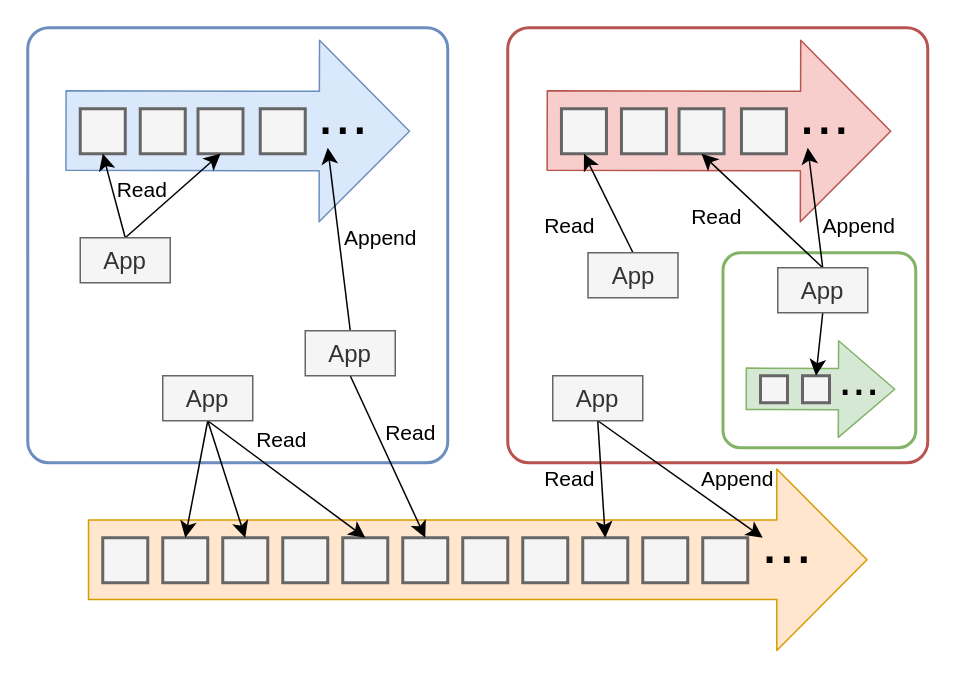
nathanieltornow/PMLog keeps this draw.io diagram as docs/Abstraction.drawio. Above is the earlier version. Source tidied: cells renumbered, new cells numbered last; positions are measured from the earlier drawing's top-left corner, leaving out a move shared by most shapes. Both pictures are drawn from the tidied source at 150%, with x=0, y=0 at pixel (27, 27).
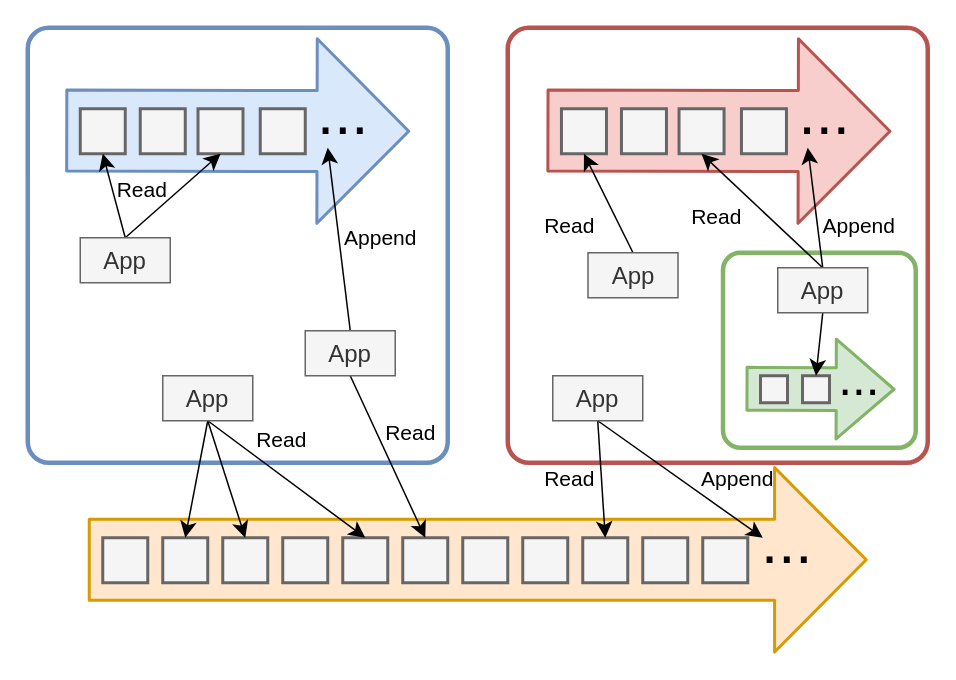
The same page after the edit.

The edit, as a diff of the source:
```diff
@@
-    <mxCell id="2" style="rounded=1;whiteSpace=wrap;html=1;hachureGap=4;strokeWidth=2;fillColor=none;strokeColor=#6c8ebf;arcSize=5;" parent="1" vertex="1">
+    <mxCell id="2" style="rounded=1;whiteSpace=wrap;html=1;hachureGap=4;strokeWidth=3;fillColor=none;strokeColor=#6c8ebf;arcSize=5;" parent="1" vertex="1">
       <mxGeometry width="280" height="290" as="geometry" />
     </mxCell>
-    <mxCell id="3" style="shape=flexArrow;endArrow=classic;html=1;startSize=14;endSize=19.71;sourcePerimeterSpacing=8;targetPerimeterSpacing=8;endWidth=67;width=53;fillColor=#dae8fc;strokeColor=#6c8ebf;" parent="1" edge="1">
+    <mxCell id="3" style="shape=flexArrow;endArrow=classic;html=1;startSize=14;endSize=19.71;sourcePerimeterSpacing=8;targetPerimeterSpacing=8;endWidth=67;width=53;fillColor=#dae8fc;strokeColor=#6c8ebf;strokeWidth=2;" parent="1" edge="1">
       <mxGeometry relative="1" as="geometry">
         <mxPoint x="25" y="68.5" as="sourcePoint" />
         <mxPoint x="255" y="69" as="targetPoint" />
       </mxGeometry>
     </mxCell>
@@
-    <mxCell id="12" style="shape=flexArrow;endArrow=classic;html=1;startSize=14;endSize=19.71;sourcePerimeterSpacing=8;targetPerimeterSpacing=8;endWidth=67;width=53;fillColor=#f8cecc;strokeColor=#b85450;" parent="1" edge="1">
+    <mxCell id="12" style="shape=flexArrow;endArrow=classic;html=1;startSize=14;endSize=19.71;sourcePerimeterSpacing=8;targetPerimeterSpacing=8;endWidth=67;width=53;fillColor=#f8cecc;strokeColor=#b85450;strokeWidth=2;" parent="1" edge="1">
       <mxGeometry relative="1" as="geometry">
         <mxPoint x="345.8" y="68.5" as="sourcePoint" />
         <mxPoint x="575.8" y="69" as="targetPoint" />
       </mxGeometry>
     </mxCell>
@@
-    <mxCell id="18" style="rounded=1;whiteSpace=wrap;html=1;hachureGap=4;strokeWidth=2;fillColor=none;strokeColor=#b85450;arcSize=5;" parent="1" vertex="1">
+    <mxCell id="18" style="rounded=1;whiteSpace=wrap;html=1;hachureGap=4;strokeWidth=3;fillColor=none;strokeColor=#b85450;arcSize=5;" parent="1" vertex="1">
       <mxGeometry x="320" width="280" height="290" as="geometry" />
     </mxCell>
-    <mxCell id="19" style="shape=flexArrow;endArrow=classic;html=1;startSize=14;endSize=19.71;sourcePerimeterSpacing=8;targetPerimeterSpacing=8;endWidth=67;width=53;fillColor=#ffe6cc;strokeColor=#d79b00;" parent="1" edge="1">
+    <mxCell id="19" style="shape=flexArrow;endArrow=classic;html=1;startSize=14;endSize=19.71;sourcePerimeterSpacing=8;targetPerimeterSpacing=8;endWidth=67;width=53;fillColor=#ffe6cc;strokeColor=#d79b00;strokeWidth=2;" parent="1" edge="1">
       <mxGeometry relative="1" as="geometry">
         <mxPoint x="40" y="354.7" as="sourcePoint" />
         <mxPoint x="560" y="354.7" as="targetPoint" />
       </mxGeometry>
     </mxCell>
@@
-    <mxCell id="28" style="rounded=1;whiteSpace=wrap;html=1;hachureGap=4;strokeWidth=2;fillColor=none;strokeColor=#82b366;arcSize=9;" parent="1" vertex="1">
+    <mxCell id="28" style="rounded=1;whiteSpace=wrap;html=1;hachureGap=4;strokeWidth=3;fillColor=none;strokeColor=#82b366;arcSize=9;" parent="1" vertex="1">
       <mxGeometry x="463.5" y="150" width="128.5" height="130" as="geometry" />
     </mxCell>
@@
-    <mxCell id="33" style="shape=flexArrow;endArrow=classic;html=1;startSize=14;endSize=12.179310344827586;sourcePerimeterSpacing=8;targetPerimeterSpacing=8;endWidth=35.862068965517246;width=27.586206896551726;fillColor=#d5e8d4;strokeColor=#82b366;" parent="1" edge="1">
+    <mxCell id="33" style="shape=flexArrow;endArrow=classic;html=1;startSize=14;endSize=12.179310344827586;sourcePerimeterSpacing=8;targetPerimeterSpacing=8;endWidth=35.862068965517246;width=27.586206896551726;fillColor=#d5e8d4;strokeColor=#82b366;strokeWidth=2;" parent="1" edge="1">
       <mxGeometry relative="1" as="geometry">
         <mxPoint x="478.5" y="240.7" as="sourcePoint" />
         <mxPoint x="578.5" y="241" as="targetPoint" />
       </mxGeometry>
     </mxCell>
```
